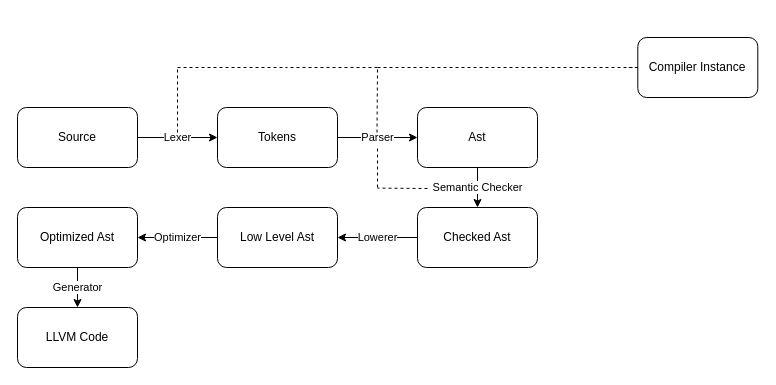
Above: other/redesign/Compiler's Structure.drawio in Carpall/TheMugProgrammingLanguage (draw.io), before the change. Source tidied: cells renumbered, new cells numbered last; positions are measured from the earlier drawing's top-left corner, leaving out a move shared by most shapes. Both pictures are drawn from the tidied source at 100%, with x=0, y=0 at pixel (17, 37).
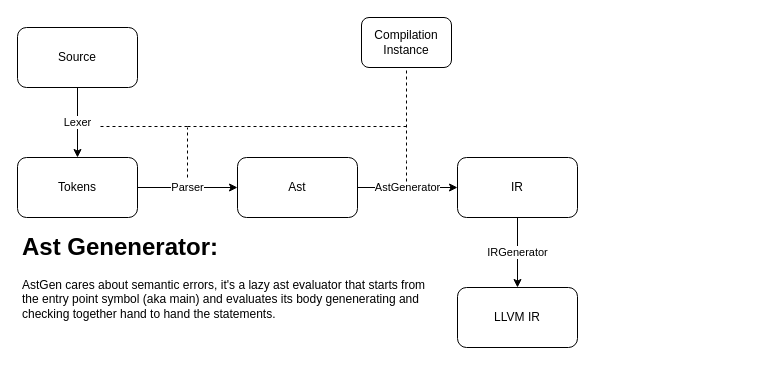
After the change.

Change to the diagram source:
```diff
@@
     <mxCell id="3" value="Source" style="rounded=1;whiteSpace=wrap;html=1;" parent="1" vertex="1">
-      <mxGeometry y="70" width="120" height="60" as="geometry" />
+      <mxGeometry y="-10" width="120" height="60" as="geometry" />
     </mxCell>
@@
     <mxCell id="5" value="Tokens" style="rounded=1;whiteSpace=wrap;html=1;" parent="1" vertex="1">
-      <mxGeometry x="200" y="70" width="120" height="60" as="geometry" />
+      <mxGeometry y="120" width="120" height="60" as="geometry" />
     </mxCell>
-    <mxCell id="6" value="Semantic Checker" style="edgeStyle=orthogonalEdgeStyle;rounded=0;jettySize=auto;html=1;" parent="1" edge="1" source="7" target="9">
-      <mxGeometry relative="1" as="geometry" />
-    </mxCell>
+    <mxCell id="24" value="AstGenerator" style="edgeStyle=orthogonalEdgeStyle;rounded=0;jettySize=auto;html=1;" parent="1" edge="1" source="7" target="26">
+      <mxGeometry relative="1" as="geometry" />
+    </mxCell>
     <mxCell id="7" value="Ast" style="rounded=1;whiteSpace=wrap;html=1;" parent="1" vertex="1">
-      <mxGeometry x="400" y="70" width="120" height="60" as="geometry" />
+      <mxGeometry x="220" y="120" width="120" height="60" as="geometry" />
     </mxCell>
-    <mxCell id="8" value="Lowerer" style="edgeStyle=orthogonalEdgeStyle;rounded=0;jettySize=auto;html=1;" parent="1" edge="1" source="9" target="11">
-      <mxGeometry relative="1" as="geometry" />
-    </mxCell>
-    <mxCell id="9" value="Checked Ast" style="rounded=1;whiteSpace=wrap;html=1;" parent="1" vertex="1">
-      <mxGeometry x="400" y="170" width="120" height="60" as="geometry" />
-    </mxCell>
-    <mxCell id="10" value="Optimizer" style="edgeStyle=orthogonalEdgeStyle;rounded=0;jettySize=auto;html=1;" parent="1" edge="1" source="11" target="13">
-      <mxGeometry relative="1" as="geometry" />
-    </mxCell>
-    <mxCell id="11" value="Low Level Ast" style="rounded=1;whiteSpace=wrap;html=1;" parent="1" vertex="1">
-      <mxGeometry x="200" y="170" width="120" height="60" as="geometry" />
-    </mxCell>
-    <mxCell id="12" value="Generator" style="edgeStyle=orthogonalEdgeStyle;rounded=0;jettySize=auto;html=1;" parent="1" edge="1" source="13" target="14">
-      <mxGeometry relative="1" as="geometry" />
-    </mxCell>
-    <mxCell id="13" value="Optimized Ast" style="rounded=1;whiteSpace=wrap;html=1;" parent="1" vertex="1">
-      <mxGeometry y="170" width="120" height="60" as="geometry" />
-    </mxCell>
-    <mxCell id="14" value="LLVM Code" style="rounded=1;whiteSpace=wrap;html=1;" parent="1" vertex="1">
-      <mxGeometry y="270" width="120" height="60" as="geometry" />
-    </mxCell>
-    <mxCell id="15" style="endArrow=none;dashed=1;html=1;" parent="1" edge="1">
-      <mxGeometry relative="1" as="geometry">
-        <mxPoint x="160" y="95" as="sourcePoint" />
-        <mxPoint x="160" y="30" as="targetPoint" />
-      </mxGeometry>
-    </mxCell>
-    <mxCell id="16" style="endArrow=none;dashed=1;html=1;" parent="1" edge="1">
-      <mxGeometry relative="1" as="geometry">
-        <mxPoint x="160" y="30" as="sourcePoint" />
-        <mxPoint x="270" y="30" as="targetPoint" />
-      </mxGeometry>
-    </mxCell>
-    <mxCell id="17" style="endArrow=none;dashed=1;html=1;" parent="1" edge="1">
-      <mxGeometry relative="1" as="geometry">
-        <mxPoint x="360" y="150" as="sourcePoint" />
-        <mxPoint x="360" y="110" as="targetPoint" />
-      </mxGeometry>
-    </mxCell>
-    <mxCell id="18" style="endArrow=none;dashed=1;html=1;" parent="1" edge="1">
-      <mxGeometry relative="1" as="geometry">
-        <mxPoint x="410" y="151" as="sourcePoint" />
-        <mxPoint x="360" y="150.6" as="targetPoint" />
-      </mxGeometry>
-    </mxCell>
-    <mxCell id="19" style="endArrow=none;dashed=1;html=1;" parent="1" edge="1">
-      <mxGeometry relative="1" as="geometry">
-        <mxPoint x="359.5" y="95" as="sourcePoint" />
-        <mxPoint x="360" y="30" as="targetPoint" />
-      </mxGeometry>
-    </mxCell>
-    <mxCell id="20" style="endArrow=none;dashed=1;html=1;" parent="1" edge="1">
-      <mxGeometry relative="1" as="geometry">
-        <mxPoint x="273" y="30" as="sourcePoint" />
-        <mxPoint x="363" y="30" as="targetPoint" />
-      </mxGeometry>
-    </mxCell>
-    <mxCell id="21" style="endArrow=none;dashed=1;html=1;" parent="1" edge="1" source="22">
-      <mxGeometry relative="1" as="geometry">
-        <mxPoint x="610" y="30" as="targetPoint" />
-      </mxGeometry>
-    </mxCell>
-    <mxCell id="22" value="Compiler Instance" style="rounded=1;whiteSpace=wrap;html=1;fillColor=none;" parent="1" vertex="1">
-      <mxGeometry x="620.3" width="120" height="60" as="geometry" />
-    </mxCell>
-    <mxCell id="23" style="endArrow=none;dashed=1;html=1;" parent="1" edge="1" target="22">
-      <mxGeometry relative="1" as="geometry">
-        <mxPoint x="360" y="30" as="sourcePoint" />
-      </mxGeometry>
-    </mxCell>
+    <mxCell id="25" value="IRGenerator" style="edgeStyle=orthogonalEdgeStyle;rounded=0;jettySize=auto;html=1;" parent="1" edge="1" source="26" target="27">
+      <mxGeometry relative="1" as="geometry" />
+    </mxCell>
+    <mxCell id="26" value="IR" style="rounded=1;whiteSpace=wrap;html=1;" parent="1" vertex="1">
+      <mxGeometry x="440" y="120" width="120" height="60" as="geometry" />
+    </mxCell>
+    <mxCell id="27" value="LLVM IR" style="rounded=1;whiteSpace=wrap;html=1;" parent="1" vertex="1">
+      <mxGeometry x="440" y="250" width="120" height="60" as="geometry" />
+    </mxCell>
+    <mxCell id="28" style="endArrow=none;dashed=1;html=1;" parent="1" edge="1">
+      <mxGeometry relative="1" as="geometry">
+        <mxPoint x="170" y="140" as="sourcePoint" />
+        <mxPoint x="170" y="90" as="targetPoint" />
+        <Array as="points">
+          <mxPoint x="170" y="140" />
+        </Array>
+      </mxGeometry>
+    </mxCell>
+    <mxCell id="29" style="endArrow=none;dashed=1;html=1;" parent="1" edge="1">
+      <mxGeometry relative="1" as="geometry">
+        <mxPoint x="170" y="89" as="sourcePoint" />
+        <mxPoint x="390" y="89" as="targetPoint" />
+        <Array as="points">
+          <mxPoint x="170" y="89" />
+        </Array>
+      </mxGeometry>
+    </mxCell>
+    <mxCell id="30" style="endArrow=none;dashed=1;html=1;" parent="1" edge="1">
+      <mxGeometry relative="1" as="geometry">
+        <mxPoint x="389" y="144" as="sourcePoint" />
+        <mxPoint x="389" y="29" as="targetPoint" />
+        <Array as="points">
+          <mxPoint x="389" y="144" />
+          <mxPoint x="389" y="114" />
+        </Array>
+      </mxGeometry>
+    </mxCell>
+    <mxCell id="31" style="endArrow=none;dashed=1;html=1;" parent="1" edge="1">
+      <mxGeometry relative="1" as="geometry">
+        <mxPoint x="170" y="89" as="sourcePoint" />
+        <mxPoint x="80" y="89" as="targetPoint" />
+        <Array as="points">
+          <mxPoint x="170" y="89" />
+        </Array>
+      </mxGeometry>
+    </mxCell>
+    <mxCell id="32" value="Compilation Instance" style="rounded=1;whiteSpace=wrap;html=1;" parent="1" vertex="1">
+      <mxGeometry x="344" y="-20" width="90" height="50" as="geometry" />
+    </mxCell>
+    <mxCell id="33" value="&lt;h1&gt;Ast Genenerator:&lt;/h1&gt;&lt;div&gt;AstGen cares about semantic errors, it's a lazy ast evaluator that starts from the entry point symbol (aka main) and evaluates its body genenerating and checking together hand to hand the statements.&lt;/div&gt;" style="text;html=1;strokeColor=none;fillColor=none;spacing=5;spacingTop=-20;whiteSpace=wrap;overflow=hidden;rounded=0;" parent="1" vertex="1">
+      <mxGeometry y="190" width="420" height="120" as="geometry" />
+    </mxCell>
```
